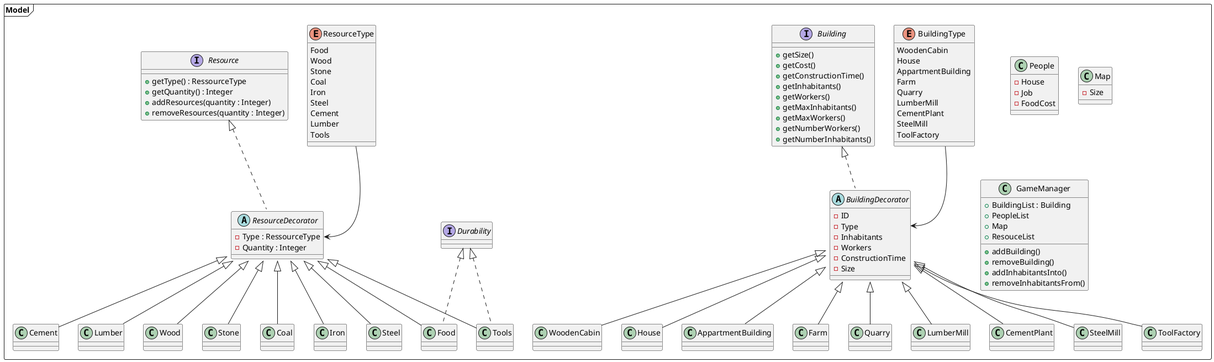
This is classDiagram.png from mchlln/JavaRTS, a PlantUML export, as it was before one commit.
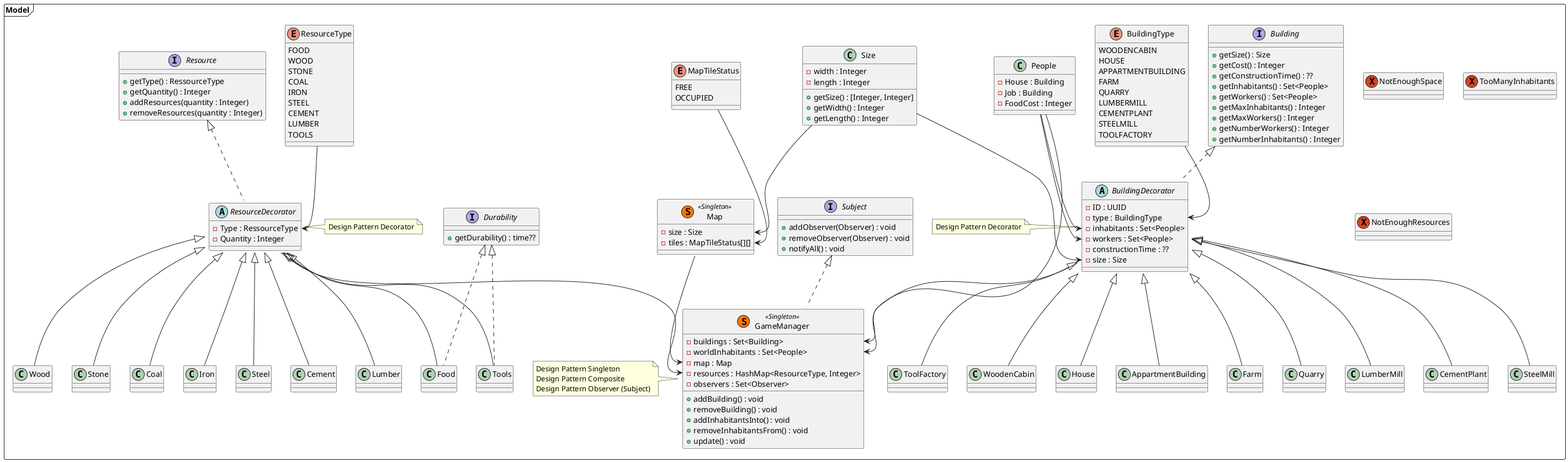
After the change.

What changed in the source:
```diff
@@ -2,24 +2,28 @@
 
 package "Model" <<Frame>> {
     interface Building {
-        + getSize()
-        + getCost()
-        + getConstructionTime()
-        + getInhabitants()
-        + getWorkers()
-        + getMaxInhabitants()
-        + getMaxWorkers()
-        + getNumberWorkers()
-        + getNumberInhabitants()
+        + getSize() : Size
+        + getCost() : Integer
+        + getConstructionTime() : ??
+        + getInhabitants() : Set<People>
+        + getWorkers() : Set<People>
+        + getMaxInhabitants() : Integer
+        + getMaxWorkers() : Integer
+        + getNumberWorkers() : Integer
+        + getNumberInhabitants() : Integer
     }
     abstract class BuildingDecorator implements Building{
-        - ID
-        - Type
-        - Inhabitants
-        - Workers
-        - ConstructionTime
-        - Size
+        - ID : UUID
+        - type : BuildingType
+        - inhabitants : Set<People>
+        - workers : Set<People>
+        - constructionTime : ??
+        - size : Size
     }
+    note left of BuildingDecorator
+        Design Pattern Decorator
+    end note
+
 
     class WoodenCabin extends BuildingDecorator{
 
@@ -49,25 +53,33 @@
 
     }
     enum BuildingType{
-        WoodenCabin
-        House
-        AppartmentBuilding
-        Farm
-        Quarry
-        LumberMill
-        CementPlant
-        SteelMill
-        ToolFactory
+        WOODENCABIN
+        HOUSE
+        APPARTMENTBUILDING
+        FARM
+        QUARRY
+        LUMBERMILL
+        CEMENTPLANT
+        STEELMILL
+        TOOLFACTORY
     }
 
     class People{
-        - House
-        - Job
-        - FoodCost
+        - House : Building
+        - Job : Building
+        - FoodCost : Integer
     }
-    class Map{
-        - Size
+    class Map <<(S,#FF7700)Singleton>>{
+        - size : Size
+        - tiles : MapTileStatus[][]
     }
+
+    enum MapTileStatus {
+        FREE
+        OCCUPIED
+    }
+
+
     interface Resource {
         + getType() : RessourceType
         + getQuantity() : Integer
@@ -79,8 +91,12 @@
         - Type : RessourceType
         - Quantity : Integer
     }
+    note right of ResourceDecorator
+        Design Pattern Decorator
+    end note
+
     interface Durability{
-
+        + getDurability() : time??
     }
     class Food extends ResourceDecorator implements Durability{
 
@@ -110,30 +126,65 @@
 
     }
     enum ResourceType{
-        Food
-        Wood
-        Stone
-        Coal
-        Iron
-        Steel
-        Cement
-        Lumber
-        Tools
+        FOOD
+        WOOD
+        STONE
+        COAL
+        IRON
+        STEEL
+        CEMENT
+        LUMBER
+        TOOLS
     }
 
-    class GameManager{
-        + BuildingList : Building
-        + PeopleList
-        + Map
-        + ResouceList
-        + addBuilding()
-        + removeBuilding()
-        + addInhabitantsInto()
-        + removeInhabitantsFrom()
+    class GameManager <<(S,#FF7700)Singleton>> implements Subject{
+        - buildings : Set<Building>
+        - worldInhabitants : Set<People>
+        - map : Map
+        - resources : HashMap<ResourceType, Integer>
+        - observers : Set<Observer>
+        + addBuilding() : void
+        + removeBuilding() : void
+        + addInhabitantsInto() : void
+        + removeInhabitantsFrom() : void
+        + update() : void
+    }
+    note left of GameManager
+        Design Pattern Singleton
+        Design Pattern Composite
+        Design Pattern Observer (Subject)
+    end note
+
+    exception NotEnoughSpace{}
+    exception TooManyInhabitants{}
+    exception NotEnoughResources{}
+
+
+    class Size{
+        - width : Integer
+        - length : Integer
+        + getSize() : [Integer, Integer]
+        + getWidth() : Integer
+        + getLength() : Integer
+    }
+
+    interface Subject{
+        + addObserver(Observer) : void
+        + removeObserver(Observer) : void
+        + notifyAll() : void
     }
 
     ResourceType -->ResourceDecorator::Type
     BuildingType -->BuildingDecorator::Type
+    Map --> GameManager::Map
+    Size --> BuildingDecorator::size
+    Size --> Map::size
+    People --> GameManager::worldInhabitants
+    People --> BuildingDecorator::inhabitants
+    People --> BuildingDecorator::workers
+    BuildingDecorator --> GameManager::buildings
+    ResourceDecorator --> GameManager::resources
+    MapTileStatus --> Map::tiles
 
 }
 
```
